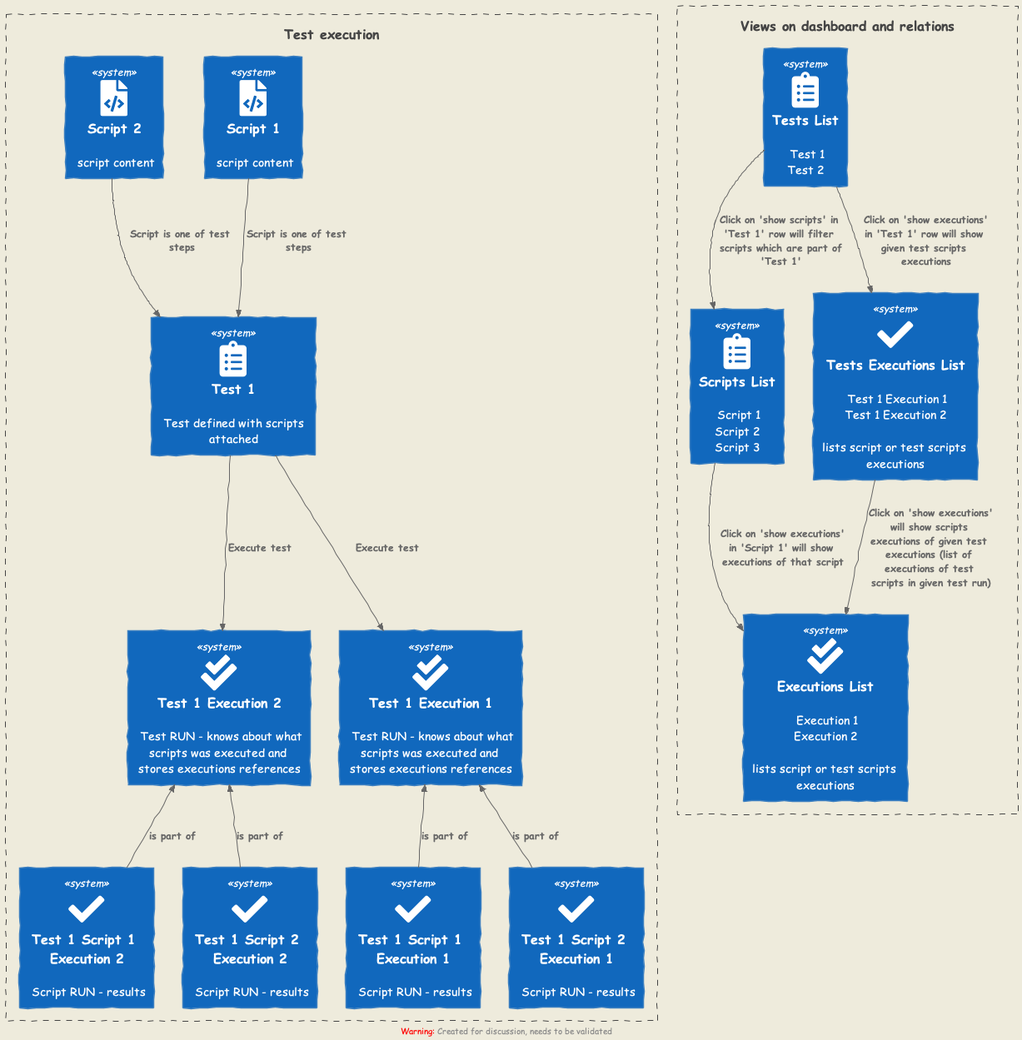
Before: docs/img/objects-dependencies.png, a diagram exported from PlantUML (kubeshop/testkube).
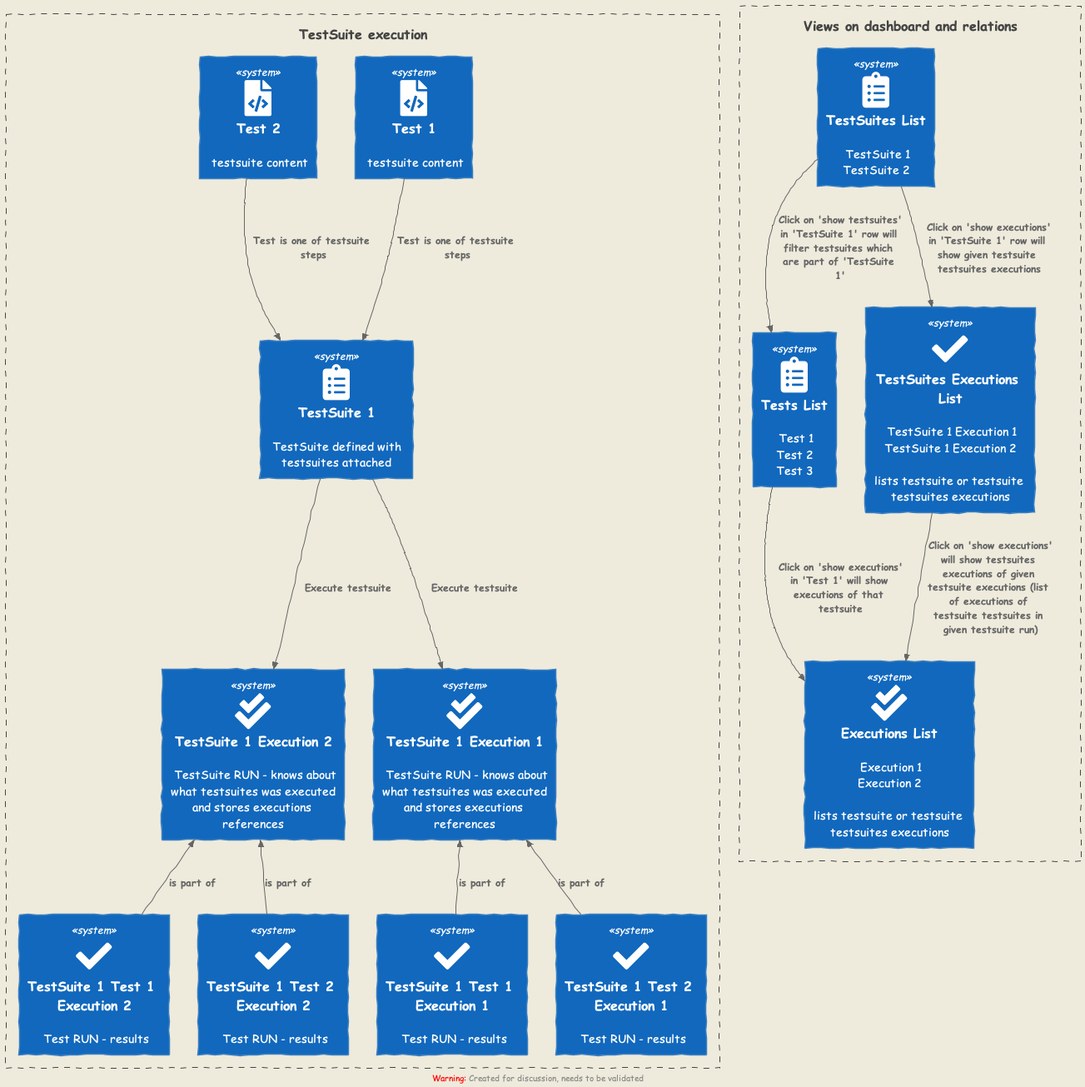
The same file after the commit.

Change to the diagram source:
```diff
@@ -12,47 +12,47 @@
 
 LAYOUT_AS_SKETCH()
 
-Boundary(ext, "Test execution") {
+Boundary(ext, "TestSuite execution") {
 
-	System(test1, "Test 1", "Test defined with scripts attached", "clipboard_list")
+	System(testsuite1, "TestSuite 1", "TestSuite defined with testsuites attached", "clipboard_list")
 
-	System(script1, "Script 1", "script content", "file_code")
-	System(script2, "Script 2", "script content", "file_code")
+	System(test1, "Test 1", "testsuite content", "file_code")
+	System(test2, "Test 2", "testsuite content", "file_code")
 
-	System(test1Execution1, "Test 1 Execution 1", "Test RUN - knows about what scripts was executed and stores executions references", "check_double")
-	System(test1Execution2, "Test 1 Execution 2", "Test RUN - knows about what scripts was executed and stores executions references", "check_double")
+	System(testsuite1Execution1, "TestSuite 1 Execution 1", "TestSuite RUN - knows about what testsuites was executed and stores executions references", "check_double")
+	System(testsuite1Execution2, "TestSuite 1 Execution 2", "TestSuite RUN - knows about what testsuites was executed and stores executions references", "check_double")
 
-	System(test1script1Execution1, "Test 1 Script 1 Execution 1", "Script RUN - results", "check")
-	System(test1script2Execution1, "Test 1 Script 2 Execution 1", "Script RUN - results", "check")
-	System(test1script1Execution2, "Test 1 Script 1 Execution 2", "Script RUN - results", "check")
-	System(test1script2Execution2, "Test 1 Script 2 Execution 2", "Script RUN - results", "check")
+	System(testsuite1test1Execution1, "TestSuite 1 Test 1 Execution 1", "Test RUN - results", "check")
+	System(testsuite1test2Execution1, "TestSuite 1 Test 2 Execution 1", "Test RUN - results", "check")
+	System(testsuite1test1Execution2, "TestSuite 1 Test 1 Execution 2", "Test RUN - results", "check")
+	System(testsuite1test2Execution2, "TestSuite 1 Test 2 Execution 2", "Test RUN - results", "check")
 
-	Rel(script1, test1, "Script is one of test steps")
-	Rel(script2, test1, "Script is one of test steps")
+	Rel(test1, testsuite1, "Test is one of testsuite steps")
+	Rel(test2, testsuite1, "Test is one of testsuite steps")
 
-	Rel(test1, test1Execution1, "Execute test")
-	Rel(test1, test1Execution2, "Execute test")
+	Rel(testsuite1, testsuite1Execution1, "Execute testsuite")
+	Rel(testsuite1, testsuite1Execution2, "Execute testsuite")
 
-	Rel_U(test1script1Execution1, test1Execution1, "is part of")
-	Rel_U(test1script2Execution1, test1Execution1, "is part of")
+	Rel_U(testsuite1test1Execution1, testsuite1Execution1, "is part of")
+	Rel_U(testsuite1test2Execution1, testsuite1Execution1, "is part of")
 
-	Rel_U(test1script1Execution2, test1Execution2, "is part of")
-	Rel_U(test1script2Execution2, test1Execution2, "is part of")
+	Rel_U(testsuite1test1Execution2, testsuite1Execution2, "is part of")
+	Rel_U(testsuite1test2Execution2, testsuite1Execution2, "is part of")
 
 }
 
 Boundary(grids, "Views on dashboard and relations") {
 
-	System(testgrid, "Tests List", "Test 1\nTest 2", "clipboard_list")
-	System(scriptsgrid, "Scripts List", "Script 1\nScript 2\nScript 3", "clipboard_list")
-	System(executionsgrid, "Executions List", "Execution 1\nExecution 2\n\nlists script or test scripts executions", "check_double")
-	System(testsexecutionsgrid, "Tests Executions List", "Test 1 Execution 1\nTest 1 Execution 2\n\nlists script or test scripts executions", "check")
+	System(testsuitegrid, "TestSuites List", "TestSuite 1\nTestSuite 2", "clipboard_list")
+	System(testsgrid, "Tests List", "Test 1\nTest 2\nTest 3", "clipboard_list")
+	System(executionsgrid, "Executions List", "Execution 1\nExecution 2\n\nlists testsuite or testsuite testsuites executions", "check_double")
+	System(testsuitesexecutionsgrid, "TestSuites Executions List", "TestSuite 1 Execution 1\nTestSuite 1 Execution 2\n\nlists testsuite or testsuite testsuites executions", "check")
 
 
-	Rel(testgrid, scriptsgrid, "Click on 'show scripts' in 'Test 1' row will filter scripts which are part of 'Test 1'")
-	Rel(scriptsgrid, executionsgrid, "Click on 'show executions' in 'Script 1' will show executions of that script")
-	Rel(testgrid, testsexecutionsgrid, "Click on 'show executions' in 'Test 1' row will show given test scripts executions")
-	Rel(testsexecutionsgrid, executionsgrid, "Click on 'show executions' will show scripts executions of given test executions (list of executions of test scripts in given test run)")
+	Rel(testsuitegrid, testsgrid, "Click on 'show testsuites' in 'TestSuite 1' row will filter testsuites which are part of 'TestSuite 1'")
+	Rel(testsgrid, executionsgrid, "Click on 'show executions' in 'Test 1' will show executions of that testsuite")
+	Rel(testsuitegrid, testsuitesexecutionsgrid, "Click on 'show executions' in 'TestSuite 1' row will show given testsuite testsuites executions")
+	Rel(testsuitesexecutionsgrid, executionsgrid, "Click on 'show executions' will show testsuites executions of given testsuite executions (list of executions of testsuite testsuites in given testsuite run)")
 }
 
 @enduml
```
